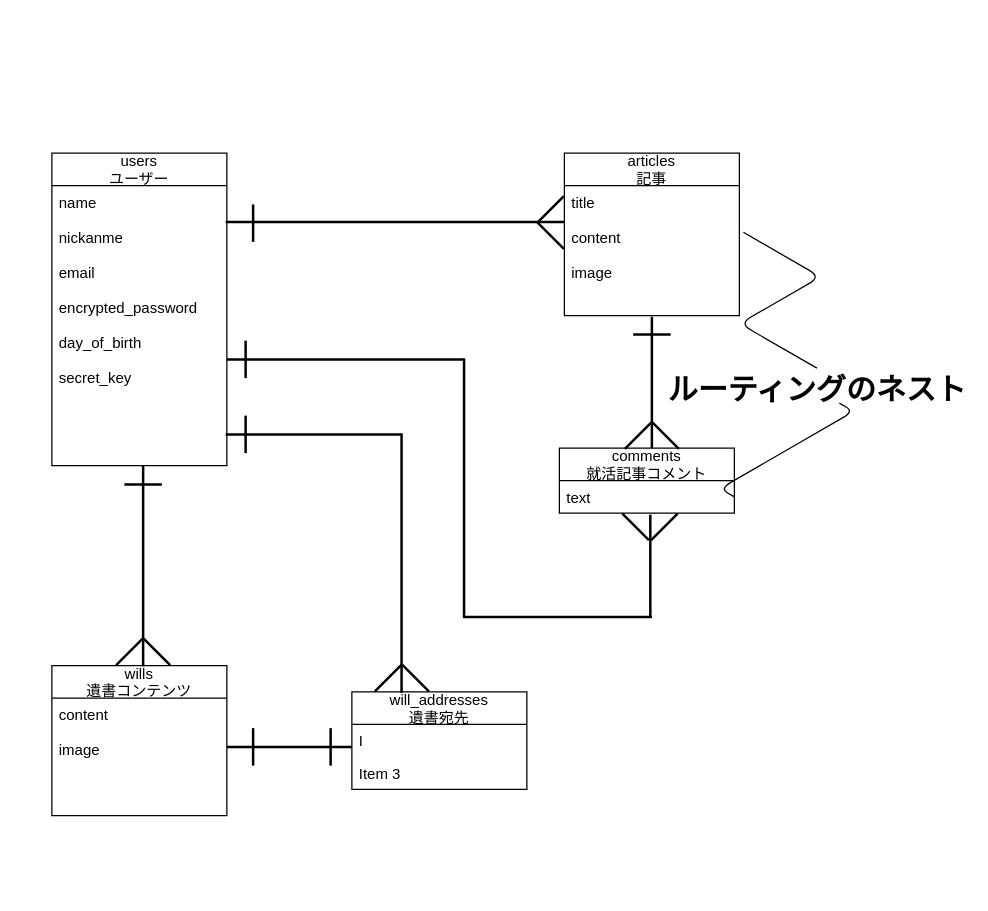
Above: will_app.dio in tatsuaki1234/will_app (draw.io), before the change. Source tidied: cells renumbered, new cells numbered last; positions are measured from the earlier drawing's top-left corner, leaving out a move shared by most shapes. Both pictures are drawn from the tidied source at 125%, with x=0, y=0 at pixel (41, 152).
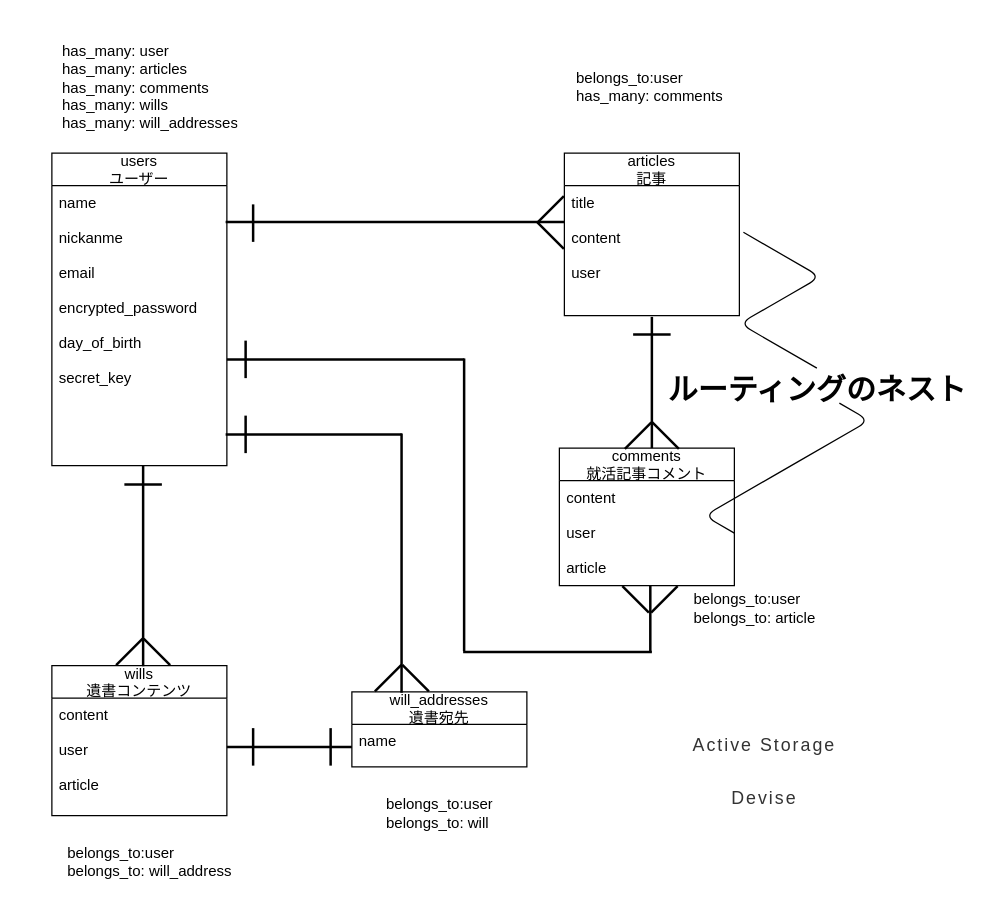
After the change.

Commit message (it also covers changes not shown here):
ER図、READMEファイル記述(4)

The change refers to these unchanged cells:
```xml
<mxCell id="4" value="articles&#10;記事" style="swimlane;fontStyle=0;horizontal=1;startSize=26;fillColor=none;" parent="1" vertex="1">
  <mxGeometry x="418" width="140" height="130" as="geometry" />
</mxCell>
<mxCell id="9" value="wills&#10;遺書コンテンツ" style="swimlane;fontStyle=0;horizontal=1;startSize=26;fillColor=none;" parent="1" vertex="1">
  <mxGeometry x="8" y="410" width="140" height="120" as="geometry" />
</mxCell>
```

The edit, as a diff of the source:
```diff
@@
-    <mxCell id="5" value="title&#10;&#10;content&#10;&#10;image&#10;" style="text;strokeColor=none;fillColor=none;align=left;verticalAlign=top;spacingLeft=4;spacingRight=4;overflow=hidden;points=[[0,0.5],[1,0.5]];portConstraint=eastwest;" parent="4" vertex="1">
+    <mxCell id="5" value="title&#10;&#10;content&#10;&#10;user" style="text;strokeColor=none;fillColor=none;align=left;verticalAlign=top;spacingLeft=4;spacingRight=4;overflow=hidden;points=[[0,0.5],[1,0.5]];portConstraint=eastwest;" parent="4" vertex="1">
       <mxGeometry y="26" width="140" height="104" as="geometry" />
     </mxCell>
     <mxCell id="6" value="will_addresses&#10;遺書宛先" style="swimlane;fontStyle=0;horizontal=1;startSize=26;fillColor=none;" parent="1" vertex="1">
-      <mxGeometry x="248" y="431" width="140" height="78" as="geometry" />
+      <mxGeometry x="248" y="431" width="140" height="60" as="geometry" />
     </mxCell>
-    <mxCell id="7" value="I" style="text;strokeColor=none;fillColor=none;align=left;verticalAlign=top;spacingLeft=4;spacingRight=4;overflow=hidden;" parent="6" vertex="1">
-      <mxGeometry y="26" width="140" height="26" as="geometry" />
-    </mxCell>
-    <mxCell id="8" value="Item 3" style="text;strokeColor=none;fillColor=none;align=left;verticalAlign=top;spacingLeft=4;spacingRight=4;overflow=hidden;" parent="6" vertex="1">
-      <mxGeometry y="52" width="140" height="26" as="geometry" />
+    <mxCell id="8" value="name&#10;" style="text;strokeColor=none;fillColor=none;align=left;verticalAlign=top;spacingLeft=4;spacingRight=4;overflow=hidden;" parent="6" vertex="1">
+      <mxGeometry y="26" width="140" height="34" as="geometry" />
     </mxCell>
@@
-    <mxCell id="10" value="content&#10;&#10;image&#10;" style="text;strokeColor=none;fillColor=none;align=left;verticalAlign=top;spacingLeft=4;spacingRight=4;overflow=hidden;" parent="9" vertex="1">
+    <mxCell id="10" value="content&#10;&#10;user&#10;&#10;article" style="text;strokeColor=none;fillColor=none;align=left;verticalAlign=top;spacingLeft=4;spacingRight=4;overflow=hidden;" parent="9" vertex="1">
       <mxGeometry y="26" width="140" height="94" as="geometry" />
     </mxCell>
     <mxCell id="11" value="comments&#10;就活記事コメント" style="swimlane;fontStyle=0;horizontal=1;startSize=26;fillColor=none;" parent="1" vertex="1">
-      <mxGeometry x="414" y="236" width="140" height="52" as="geometry" />
+      <mxGeometry x="414" y="236" width="140" height="110" as="geometry" />
     </mxCell>
-    <mxCell id="12" value="text" style="text;strokeColor=none;fillColor=none;align=left;verticalAlign=top;spacingLeft=4;spacingRight=4;overflow=hidden;points=[[0,0.5],[1,0.5]];portConstraint=eastwest;" parent="11" vertex="1">
-      <mxGeometry y="26" width="140" height="26" as="geometry" />
+    <mxCell id="12" value="content&#10;&#10;user&#10;&#10;article" style="text;strokeColor=none;fillColor=none;align=left;verticalAlign=top;spacingLeft=4;spacingRight=4;overflow=hidden;points=[[0,0.5],[1,0.5]];portConstraint=eastwest;" parent="11" vertex="1">
+      <mxGeometry y="26" width="140" height="84" as="geometry" />
     </mxCell>
@@
     <mxCell id="33" style="line;strokeWidth=2;html=1;rotation=90;" parent="1" vertex="1">
-      <mxGeometry x="234" y="264" width="207.5" height="8" as="geometry" />
+      <mxGeometry x="220.8" y="277.2" width="234" height="8" as="geometry" />
     </mxCell>
     <mxCell id="34" style="line;strokeWidth=2;html=1;" parent="1" vertex="1">
-      <mxGeometry x="337" y="366" width="151" height="10" as="geometry" />
+      <mxGeometry x="337" y="394" width="151" height="10" as="geometry" />
     </mxCell>
     <mxCell id="35" style="line;strokeWidth=2;html=1;rotation=90;" parent="1" vertex="1">
-      <mxGeometry x="445.5" y="326.5" width="82.5" height="8" as="geometry" />
+      <mxGeometry x="460.5" y="368.5" width="52.5" height="8" as="geometry" />
     </mxCell>
     <mxCell id="36" style="line;strokeWidth=2;html=1;rotation=-45;" parent="1" vertex="1">
-      <mxGeometry x="483" y="294" width="30" height="10" as="geometry" />
+      <mxGeometry x="483" y="352" width="30" height="10" as="geometry" />
     </mxCell>
     <mxCell id="37" style="line;strokeWidth=2;html=1;rotation=45;" parent="1" vertex="1">
-      <mxGeometry x="460" y="294" width="30" height="10" as="geometry" />
+      <mxGeometry x="460" y="352" width="30" height="10" as="geometry" />
     </mxCell>
@@
+    <mxCell id="43" value="&lt;span style=&quot;color: rgb(51 , 51 , 51) ; font-family: , &amp;#34;system-ui&amp;#34; , &amp;#34;noto sans jp&amp;#34; , &amp;#34;hiragino sans&amp;#34; , &amp;#34;hiragino kaku gothic pron&amp;#34; , &amp;#34;segoe ui&amp;#34; , , &amp;#34;meiryo&amp;#34; , &amp;#34;ｍｓ ｐゴシック&amp;#34; , &amp;#34;ms pgothic&amp;#34; , sans-serif ; font-size: 14.24px ; font-weight: 400 ; letter-spacing: 1.6px ; text-align: left ; background-color: rgb(255 , 255 , 255)&quot;&gt;Active Storage&lt;/span&gt;" style="text;strokeColor=none;fillColor=none;html=1;fontSize=24;fontStyle=1;verticalAlign=middle;align=center;" parent="1" vertex="1">
+      <mxGeometry x="528" y="451" width="100" height="40" as="geometry" />
+    </mxCell>
+    <mxCell id="44" value="&lt;div style=&quot;text-align: left&quot;&gt;&lt;font color=&quot;#333333&quot;&gt;&lt;span style=&quot;font-size: 14.24px ; font-weight: 400 ; letter-spacing: 1.6px ; background-color: rgb(255 , 255 , 255)&quot;&gt;Devise&lt;/span&gt;&lt;/font&gt;&lt;/div&gt;" style="text;strokeColor=none;fillColor=none;html=1;fontSize=24;fontStyle=1;verticalAlign=middle;align=center;" parent="1" vertex="1">
+      <mxGeometry x="528" y="491" width="100" height="43" as="geometry" />
+    </mxCell>
+    <mxCell id="45" value="&lt;div style=&quot;text-align: left&quot;&gt;&lt;br&gt;&lt;/div&gt;&lt;div style=&quot;text-align: left&quot;&gt;&lt;span&gt;has_many: user&lt;/span&gt;&lt;/div&gt;&lt;div style=&quot;text-align: left&quot;&gt;&lt;span&gt;has_many: articles&lt;/span&gt;&lt;/div&gt;&lt;div style=&quot;text-align: left&quot;&gt;&lt;span&gt;has_many: comments&lt;/span&gt;&lt;/div&gt;&lt;div style=&quot;text-align: left&quot;&gt;&lt;span&gt;has_many: wills&lt;/span&gt;&lt;/div&gt;&lt;div style=&quot;text-align: left&quot;&gt;&lt;span&gt;has_many: will_addresses&lt;/span&gt;&lt;/div&gt;" style="text;html=1;strokeColor=none;fillColor=none;align=center;verticalAlign=middle;whiteSpace=wrap;overflow=hidden;" parent="1" vertex="1">
+      <mxGeometry x="-16.5" y="-105" width="206" height="90" as="geometry" />
+    </mxCell>
+    <mxCell id="46" value="&lt;div style=&quot;text-align: left&quot;&gt;&lt;br&gt;&lt;/div&gt;&lt;div style=&quot;text-align: left&quot;&gt;&lt;span&gt;belongs_to:user&lt;/span&gt;&lt;/div&gt;&lt;div style=&quot;text-align: left&quot;&gt;&lt;span&gt;has_many: comments&lt;/span&gt;&lt;/div&gt;" style="text;html=1;strokeColor=none;fillColor=none;align=center;verticalAlign=middle;whiteSpace=wrap;overflow=hidden;" parent="1" vertex="1">
+      <mxGeometry x="419.2" y="-90" width="135" height="60" as="geometry" />
+    </mxCell>
+    <mxCell id="47" value="&lt;div style=&quot;text-align: left&quot;&gt;&lt;br&gt;&lt;/div&gt;&lt;div style=&quot;text-align: left&quot;&gt;&lt;span&gt;belongs_to:user&lt;/span&gt;&lt;/div&gt;&lt;div style=&quot;text-align: left&quot;&gt;&lt;span&gt;belongs_to: article&lt;/span&gt;&lt;/div&gt;" style="text;html=1;strokeColor=none;fillColor=none;align=center;verticalAlign=middle;whiteSpace=wrap;overflow=hidden;" parent="1" vertex="1">
+      <mxGeometry x="503" y="327" width="135" height="60" as="geometry" />
+    </mxCell>
+    <mxCell id="48" value="&lt;div style=&quot;text-align: left&quot;&gt;&lt;br&gt;&lt;/div&gt;&lt;div style=&quot;text-align: left&quot;&gt;&lt;span&gt;belongs_to:user&lt;/span&gt;&lt;/div&gt;&lt;div style=&quot;text-align: left&quot;&gt;&lt;span&gt;belongs_to: will&lt;/span&gt;&lt;/div&gt;" style="text;html=1;strokeColor=none;fillColor=none;align=center;verticalAlign=middle;whiteSpace=wrap;overflow=hidden;" parent="1" vertex="1">
+      <mxGeometry x="250.5" y="491" width="135" height="60" as="geometry" />
+    </mxCell>
+    <mxCell id="49" value="&lt;div style=&quot;text-align: left&quot;&gt;&lt;br&gt;&lt;/div&gt;&lt;div style=&quot;text-align: left&quot;&gt;&lt;span&gt;belongs_to:user&lt;/span&gt;&lt;/div&gt;&lt;div style=&quot;text-align: left&quot;&gt;&lt;span&gt;belongs_to: will_address&lt;/span&gt;&lt;/div&gt;" style="text;html=1;strokeColor=none;fillColor=none;align=center;verticalAlign=middle;whiteSpace=wrap;overflow=hidden;" parent="1" vertex="1">
+      <mxGeometry x="19" y="530" width="135" height="60" as="geometry" />
+    </mxCell>
```
